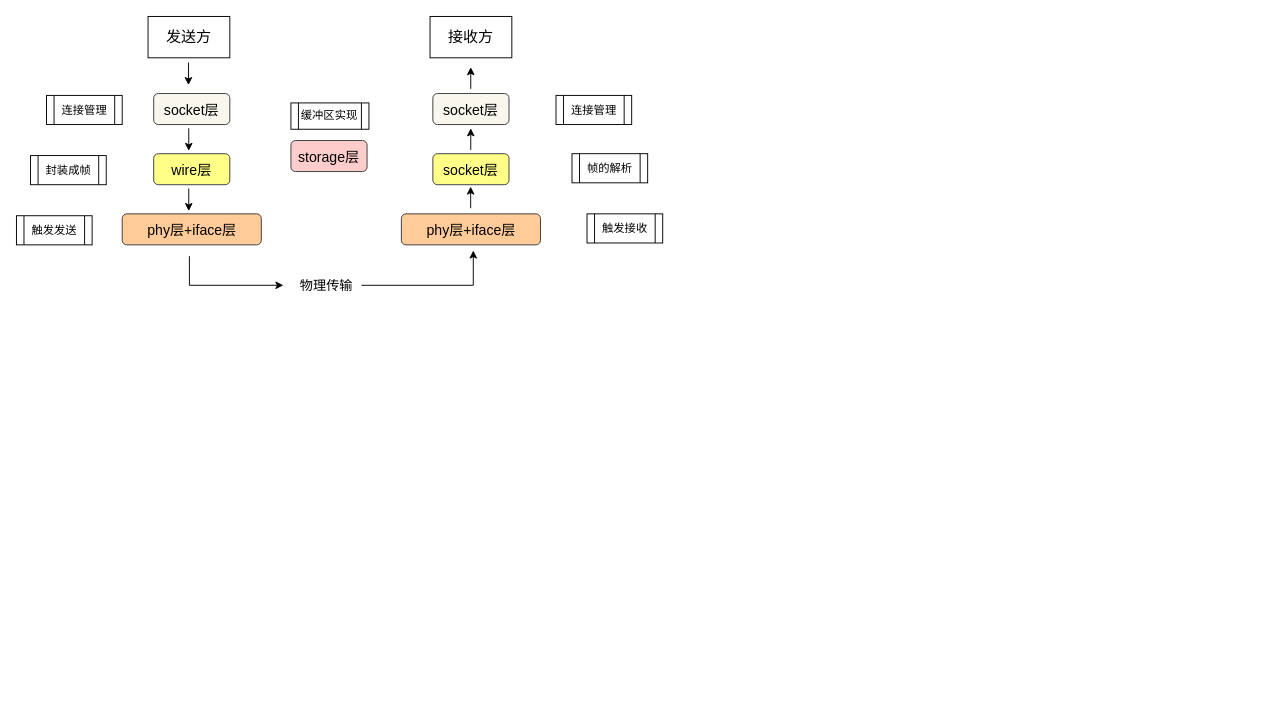
wyatt-dai/GraduationProject keeps this draw.io diagram as 未命名绘图.drawio. Above is the earlier version. Source tidied: cells renumbered, new cells numbered last; positions are measured from the earlier drawing's top-left corner, leaving out a move shared by most shapes. Both pictures are drawn from the tidied source at 94%, with x=0, y=0 at pixel (16, 16).
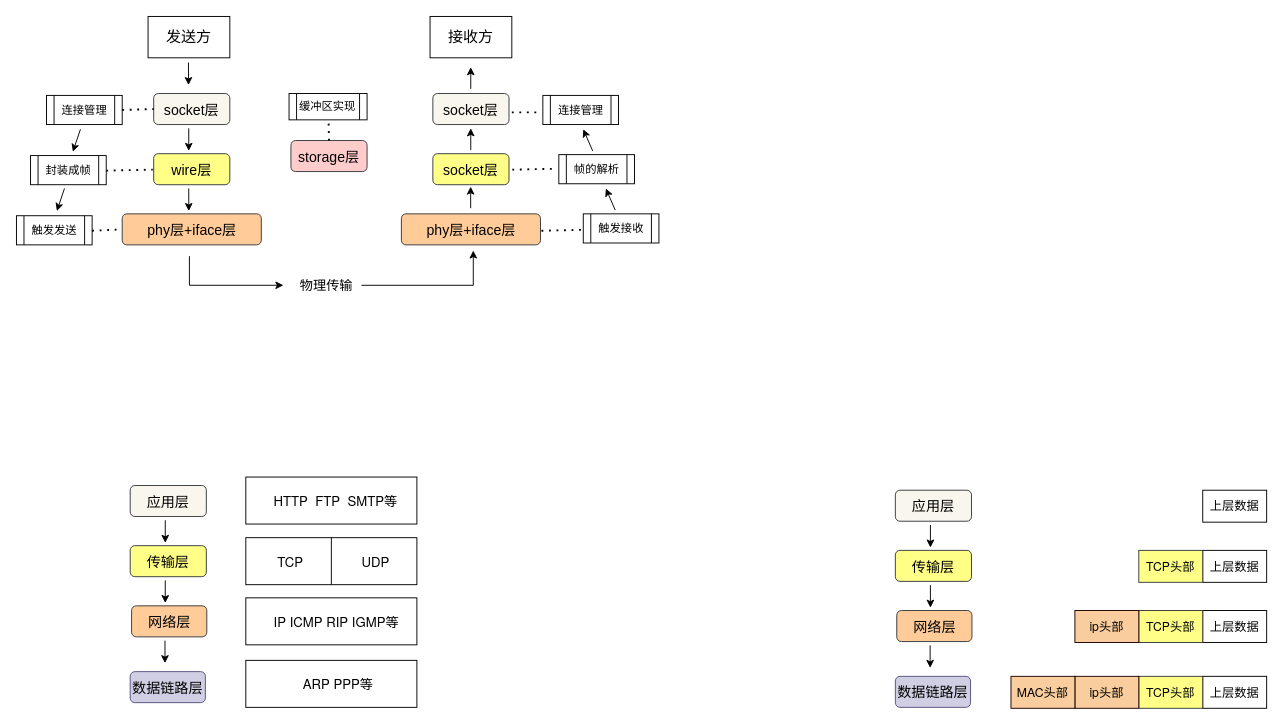
The same diagram, later.

Commit message:
更新未命名绘图.drawio

Unchanged cells that the change refers to:
```xml
<mxCell id="5" value="&lt;font style=&quot;font-size: 15px;&quot;&gt;socket层&lt;/font&gt;" style="rounded=1;whiteSpace=wrap;html=1;fillColor=#f9f7ed;strokeColor=#36393d;" parent="1" vertex="1">
  <mxGeometry x="146" y="82" width="81" height="33" as="geometry" />
</mxCell>
<mxCell id="7" value="&lt;font style=&quot;font-size: 15px;&quot;&gt;phy层+iface层&lt;/font&gt;" style="rounded=1;whiteSpace=wrap;html=1;fillColor=#ffcc99;strokeColor=#36393d;" parent="1" vertex="1">
  <mxGeometry x="112.5" y="210" width="148" height="33" as="geometry" />
</mxCell>
<mxCell id="19" value="&lt;span style=&quot;font-size: 15px;&quot;&gt;storage层&lt;/span&gt;" style="rounded=1;whiteSpace=wrap;html=1;fillColor=#ffcccc;strokeColor=#36393d;" parent="1" vertex="1">
  <mxGeometry x="292" y="132" width="81" height="33" as="geometry" />
</mxCell>
<mxCell id="20" value="连接管理" style="shape=process;whiteSpace=wrap;html=1;backgroundOutline=1;" parent="1" vertex="1">
  <mxGeometry x="32" y="84" width="80.5" height="31" as="geometry" />
</mxCell>
```

Diff of the diagram source:
```diff
@@
     <mxCell id="23" value="连接管理" style="shape=process;whiteSpace=wrap;html=1;backgroundOutline=1;" parent="1" vertex="1">
-      <mxGeometry x="574" y="84" width="80.5" height="31" as="geometry" />
+      <mxGeometry x="560" y="84" width="80.5" height="31" as="geometry" />
     </mxCell>
     <mxCell id="24" value="帧的解析" style="shape=process;whiteSpace=wrap;html=1;backgroundOutline=1;" parent="1" vertex="1">
-      <mxGeometry x="591" y="146" width="80.5" height="31" as="geometry" />
+      <mxGeometry x="577" y="147" width="80.5" height="31" as="geometry" />
     </mxCell>
     <mxCell id="25" value="触发接收" style="shape=process;whiteSpace=wrap;html=1;backgroundOutline=1;" parent="1" vertex="1">
-      <mxGeometry x="607" y="210" width="80.5" height="31" as="geometry" />
+      <mxGeometry x="603" y="210" width="80.5" height="31" as="geometry" />
     </mxCell>
     <mxCell id="26" value="缓冲区实现" style="shape=process;whiteSpace=wrap;html=1;backgroundOutline=1;" parent="1" vertex="1">
-      <mxGeometry x="292" y="92" width="83" height="28" as="geometry" />
+      <mxGeometry x="290" y="82" width="83" height="28" as="geometry" />
     </mxCell>
+    <mxCell id="27" value="&lt;font style=&quot;font-size: 15px;&quot;&gt;应用层&lt;/font&gt;" style="rounded=1;whiteSpace=wrap;html=1;fillColor=#f9f7ed;strokeColor=#36393d;" parent="1" vertex="1">
+      <mxGeometry x="121" y="499" width="81" height="33" as="geometry" />
+    </mxCell>
+    <mxCell id="28" value="&lt;font style=&quot;font-size: 15px;&quot;&gt;传输层&lt;/font&gt;" style="rounded=1;whiteSpace=wrap;html=1;fillColor=#ffff88;strokeColor=#36393d;" parent="1" vertex="1">
+      <mxGeometry x="121" y="563" width="81" height="33" as="geometry" />
+    </mxCell>
+    <mxCell id="29" value="&lt;span style=&quot;font-size: 15px;&quot;&gt;网络层&lt;/span&gt;" style="rounded=1;whiteSpace=wrap;html=1;fillColor=#ffcc99;strokeColor=#36393d;" parent="1" vertex="1">
+      <mxGeometry x="122.5" y="627" width="80" height="33" as="geometry" />
+    </mxCell>
+    <mxCell id="30" style="endArrow=classic;html=1;rounded=0;" parent="1" edge="1">
+      <mxGeometry relative="1" as="geometry">
+        <mxPoint x="158.3" y="536" as="sourcePoint" />
+        <mxPoint x="158.3" y="560" as="targetPoint" />
+      </mxGeometry>
+    </mxCell>
+    <mxCell id="31" style="endArrow=classic;html=1;rounded=0;" parent="1" edge="1">
+      <mxGeometry relative="1" as="geometry">
+        <mxPoint x="158.3" y="600" as="sourcePoint" />
+        <mxPoint x="158.3" y="624" as="targetPoint" />
+      </mxGeometry>
+    </mxCell>
+    <mxCell id="32" style="endArrow=classic;html=1;rounded=0;" parent="1" edge="1">
+      <mxGeometry relative="1" as="geometry">
+        <mxPoint x="68.1" y="120" as="sourcePoint" />
+        <mxPoint x="60" y="144" as="targetPoint" />
+      </mxGeometry>
+    </mxCell>
+    <mxCell id="33" style="endArrow=classic;html=1;rounded=0;" parent="1" edge="1">
+      <mxGeometry relative="1" as="geometry">
+        <mxPoint x="51.1" y="183" as="sourcePoint" />
+        <mxPoint x="43" y="207" as="targetPoint" />
+      </mxGeometry>
+    </mxCell>
+    <mxCell id="34" style="endArrow=none;dashed=1;html=1;dashPattern=1 3;strokeWidth=2;rounded=0;entryX=0;entryY=0.5;entryDx=0;entryDy=0;exitX=1;exitY=0.5;exitDx=0;exitDy=0;" parent="1" edge="1" source="20" target="5">
+      <mxGeometry relative="1" as="geometry" />
+    </mxCell>
+    <mxCell id="35" style="endArrow=none;dashed=1;html=1;dashPattern=1 3;strokeWidth=2;rounded=0;exitX=1;exitY=0.5;exitDx=0;exitDy=0;" parent="1" edge="1">
+      <mxGeometry relative="1" as="geometry">
+        <mxPoint x="95.5" y="164" as="sourcePoint" />
+        <mxPoint x="145" y="163" as="targetPoint" />
+      </mxGeometry>
+    </mxCell>
+    <mxCell id="36" style="endArrow=none;dashed=1;html=1;dashPattern=1 3;strokeWidth=2;rounded=0;exitX=1;exitY=0.5;exitDx=0;exitDy=0;entryX=0;entryY=0.5;entryDx=0;entryDy=0;" parent="1" edge="1" target="7">
+      <mxGeometry relative="1" as="geometry">
+        <mxPoint x="80.5" y="228" as="sourcePoint" />
+      </mxGeometry>
+    </mxCell>
+    <mxCell id="37" style="endArrow=none;dashed=1;html=1;dashPattern=1 3;strokeWidth=2;rounded=0;exitX=1;exitY=0.5;exitDx=0;exitDy=0;" parent="1" edge="1">
+      <mxGeometry relative="1" as="geometry">
+        <mxPoint x="527" y="102" as="sourcePoint" />
+        <mxPoint x="553" y="102" as="targetPoint" />
+      </mxGeometry>
+    </mxCell>
+    <mxCell id="38" style="endArrow=none;dashed=1;html=1;dashPattern=1 3;strokeWidth=2;rounded=0;exitX=1;exitY=0.5;exitDx=0;exitDy=0;" parent="1" edge="1">
+      <mxGeometry relative="1" as="geometry">
+        <mxPoint x="527.5" y="163" as="sourcePoint" />
+        <mxPoint x="574" y="162" as="targetPoint" />
+      </mxGeometry>
+    </mxCell>
+    <mxCell id="39" style="endArrow=none;dashed=1;html=1;dashPattern=1 3;strokeWidth=2;rounded=0;exitX=1;exitY=0.5;exitDx=0;exitDy=0;" parent="1" edge="1">
+      <mxGeometry relative="1" as="geometry">
+        <mxPoint x="558.5" y="228" as="sourcePoint" />
+        <mxPoint x="602" y="227" as="targetPoint" />
+      </mxGeometry>
+    </mxCell>
+    <mxCell id="40" style="endArrow=classic;html=1;rounded=0;" parent="1" edge="1">
+      <mxGeometry relative="1" as="geometry">
+        <mxPoint x="637" y="206" as="sourcePoint" />
+        <mxPoint x="627" y="183" as="targetPoint" />
+      </mxGeometry>
+    </mxCell>
+    <mxCell id="41" style="endArrow=classic;html=1;rounded=0;" parent="1" edge="1">
+      <mxGeometry relative="1" as="geometry">
+        <mxPoint x="613" y="143" as="sourcePoint" />
+        <mxPoint x="603" y="120" as="targetPoint" />
+      </mxGeometry>
+    </mxCell>
+    <mxCell id="42" style="endArrow=none;dashed=1;html=1;dashPattern=1 3;strokeWidth=2;rounded=0;exitX=0.5;exitY=0;exitDx=0;exitDy=0;" parent="1" edge="1" source="19">
+      <mxGeometry relative="1" as="geometry">
+        <mxPoint x="332" y="110" as="targetPoint" />
+      </mxGeometry>
+    </mxCell>
+    <mxCell id="43" style="endArrow=classic;html=1;rounded=0;" parent="1" edge="1">
+      <mxGeometry relative="1" as="geometry">
+        <mxPoint x="158" y="664" as="sourcePoint" />
+        <mxPoint x="158" y="688" as="targetPoint" />
+      </mxGeometry>
+    </mxCell>
+    <mxCell id="44" value="&lt;span style=&quot;font-size: 15px;&quot;&gt;数据链路层&lt;/span&gt;" style="rounded=1;whiteSpace=wrap;html=1;fillColor=#d0cee2;strokeColor=#56517e;" parent="1" vertex="1">
+      <mxGeometry x="121" y="697" width="80" height="33" as="geometry" />
+    </mxCell>
+    <mxCell id="45" value="&lt;div style=&quot;text-indent: 28px;&quot;&gt;&lt;span style=&quot;color: light-dark(rgb(0, 0, 0), rgb(255, 255, 255)); font-size: 14px; background-color: rgb(255, 255, 255);&quot;&gt;&lt;font face=&quot;Helvetica Neue, Helvetica, Arial, PingFang SC, Hiragino Sans GB, Microsoft YaHei, WenQuanYi Micro Hei, sans-serif&quot;&gt;HTTP&amp;nbsp; FTP&amp;nbsp; SMTP等&lt;/font&gt;&lt;/span&gt;&lt;/div&gt;" style="rounded=0;whiteSpace=wrap;html=1;align=left;" parent="1" vertex="1">
+      <mxGeometry x="244" y="490" width="182" height="50" as="geometry" />
+    </mxCell>
+    <mxCell id="46" value="&lt;div style=&quot;text-indent: 28px;&quot;&gt;&lt;span style=&quot;color: light-dark(rgb(0, 0, 0), rgb(255, 255, 255)); font-size: 14px; background-color: rgb(255, 255, 255);&quot;&gt;&lt;font face=&quot;Helvetica Neue, Helvetica, Arial, PingFang SC, Hiragino Sans GB, Microsoft YaHei, WenQuanYi Micro Hei, sans-serif&quot;&gt;&amp;nbsp;TCP&amp;nbsp; &amp;nbsp; &amp;nbsp; &amp;nbsp; &amp;nbsp; &amp;nbsp; &amp;nbsp; &amp;nbsp; UDP&lt;/font&gt;&lt;/span&gt;&lt;/div&gt;" style="rounded=0;whiteSpace=wrap;html=1;align=left;" parent="1" vertex="1">
+      <mxGeometry x="244" y="554.5" width="182" height="50" as="geometry" />
+    </mxCell>
+    <mxCell id="47" value="&lt;div style=&quot;text-indent: 28px;&quot;&gt;&lt;span style=&quot;color: light-dark(rgb(0, 0, 0), rgb(255, 255, 255)); font-size: 14px; background-color: rgb(255, 255, 255);&quot;&gt;&lt;font face=&quot;Helvetica Neue, Helvetica, Arial, PingFang SC, Hiragino Sans GB, Microsoft YaHei, WenQuanYi Micro Hei, sans-serif&quot;&gt;IP ICMP RIP IGMP等&lt;/font&gt;&lt;/span&gt;&lt;/div&gt;" style="rounded=0;whiteSpace=wrap;html=1;align=left;" parent="1" vertex="1">
+      <mxGeometry x="244" y="618.5" width="182" height="50" as="geometry" />
+    </mxCell>
+    <mxCell id="48" value="&lt;div style=&quot;text-indent: 28px;&quot;&gt;&lt;span style=&quot;color: light-dark(rgb(0, 0, 0), rgb(255, 255, 255)); font-size: 14px; background-color: rgb(255, 255, 255);&quot;&gt;&lt;font face=&quot;Helvetica Neue, Helvetica, Arial, PingFang SC, Hiragino Sans GB, Microsoft YaHei, WenQuanYi Micro Hei, sans-serif&quot;&gt;&amp;nbsp; &amp;nbsp; &amp;nbsp; &amp;nbsp; ARP PPP等&lt;/font&gt;&lt;/span&gt;&lt;/div&gt;" style="rounded=0;whiteSpace=wrap;html=1;align=left;" parent="1" vertex="1">
+      <mxGeometry x="244" y="685" width="182" height="50" as="geometry" />
+    </mxCell>
+    <mxCell id="49" style="endArrow=none;html=1;rounded=0;exitX=0.5;exitY=1;exitDx=0;exitDy=0;entryX=0.5;entryY=0;entryDx=0;entryDy=0;" parent="1" edge="1" source="46" target="46">
+      <mxGeometry relative="1" as="geometry" />
+    </mxCell>
+    <mxCell id="50" value="&lt;font style=&quot;font-size: 15px;&quot;&gt;应用层&lt;/font&gt;" style="rounded=1;whiteSpace=wrap;html=1;fillColor=#f9f7ed;strokeColor=#36393d;" parent="1" vertex="1">
+      <mxGeometry x="935" y="504" width="81" height="33" as="geometry" />
+    </mxCell>
+    <mxCell id="51" value="&lt;font style=&quot;font-size: 15px;&quot;&gt;传输层&lt;/font&gt;" style="rounded=1;whiteSpace=wrap;html=1;fillColor=#ffff88;strokeColor=#36393d;" parent="1" vertex="1">
+      <mxGeometry x="935" y="568" width="81" height="33" as="geometry" />
+    </mxCell>
+    <mxCell id="52" value="&lt;span style=&quot;font-size: 15px;&quot;&gt;网络层&lt;/span&gt;" style="rounded=1;whiteSpace=wrap;html=1;fillColor=#ffcc99;strokeColor=#36393d;" parent="1" vertex="1">
+      <mxGeometry x="936.5" y="632" width="80" height="33" as="geometry" />
+    </mxCell>
+    <mxCell id="53" style="endArrow=classic;html=1;rounded=0;" parent="1" edge="1">
+      <mxGeometry relative="1" as="geometry">
+        <mxPoint x="972.3" y="541" as="sourcePoint" />
+        <mxPoint x="972.3" y="565" as="targetPoint" />
+      </mxGeometry>
+    </mxCell>
+    <mxCell id="54" style="endArrow=classic;html=1;rounded=0;" parent="1" edge="1">
+      <mxGeometry relative="1" as="geometry">
+        <mxPoint x="972.3" y="605" as="sourcePoint" />
+        <mxPoint x="972.3" y="629" as="targetPoint" />
+      </mxGeometry>
+    </mxCell>
+    <mxCell id="55" style="endArrow=classic;html=1;rounded=0;" parent="1" edge="1">
+      <mxGeometry relative="1" as="geometry">
+        <mxPoint x="972" y="669" as="sourcePoint" />
+        <mxPoint x="972" y="693" as="targetPoint" />
+      </mxGeometry>
+    </mxCell>
+    <mxCell id="56" value="&lt;span style=&quot;font-size: 15px;&quot;&gt;数据链路层&lt;/span&gt;" style="rounded=1;whiteSpace=wrap;html=1;fillColor=#d0cee2;strokeColor=#56517e;" parent="1" vertex="1">
+      <mxGeometry x="935" y="702" width="80" height="33" as="geometry" />
+    </mxCell>
+    <mxCell id="57" value="&lt;font style=&quot;font-size: 13px;&quot; face=&quot;Helvetica Neue, Helvetica, Arial, PingFang SC, Hiragino Sans GB, Microsoft YaHei, WenQuanYi Micro Hei, sans-serif&quot;&gt;&lt;span style=&quot;background-color: rgb(255, 255, 255);&quot;&gt;上层数据&lt;/span&gt;&lt;/font&gt;" style="rounded=0;whiteSpace=wrap;html=1;align=center;" parent="1" vertex="1">
+      <mxGeometry x="1262" y="504" width="68" height="34" as="geometry" />
+    </mxCell>
+    <mxCell id="58" value="&lt;font style=&quot;font-size: 13px;&quot; face=&quot;Helvetica Neue, Helvetica, Arial, PingFang SC, Hiragino Sans GB, Microsoft YaHei, WenQuanYi Micro Hei, sans-serif&quot;&gt;&lt;span style=&quot;background-color: rgb(255, 255, 255);&quot;&gt;上层数据&lt;/span&gt;&lt;/font&gt;" style="rounded=0;whiteSpace=wrap;html=1;align=center;" parent="1" vertex="1">
+      <mxGeometry x="1262" y="568" width="68" height="34" as="geometry" />
+    </mxCell>
+    <mxCell id="59" value="&lt;font style=&quot;font-size: 13px;&quot; face=&quot;Helvetica Neue, Helvetica, Arial, PingFang SC, Hiragino Sans GB, Microsoft YaHei, WenQuanYi Micro Hei, sans-serif&quot;&gt;&lt;span style=&quot;background-color: rgb(255, 255, 255);&quot;&gt;上层数据&lt;/span&gt;&lt;/font&gt;" style="rounded=0;whiteSpace=wrap;html=1;align=center;" parent="1" vertex="1">
+      <mxGeometry x="1262" y="632" width="68" height="34" as="geometry" />
+    </mxCell>
+    <mxCell id="60" value="&lt;font face=&quot;Helvetica Neue, Helvetica, Arial, PingFang SC, Hiragino Sans GB, Microsoft YaHei, WenQuanYi Micro Hei, sans-serif&quot;&gt;&lt;span style=&quot;font-size: 13px;&quot;&gt;TCP头部&lt;/span&gt;&lt;/font&gt;" style="rounded=0;whiteSpace=wrap;html=1;align=center;fillColor=#ffff88;strokeColor=#36393d;" parent="1" vertex="1">
+      <mxGeometry x="1194" y="568" width="68" height="34" as="geometry" />
+    </mxCell>
+    <mxCell id="61" value="&lt;font face=&quot;Helvetica Neue, Helvetica, Arial, PingFang SC, Hiragino Sans GB, Microsoft YaHei, WenQuanYi Micro Hei, sans-serif&quot;&gt;&lt;span style=&quot;font-size: 13px;&quot;&gt;TCP头部&lt;/span&gt;&lt;/font&gt;" style="rounded=0;whiteSpace=wrap;html=1;align=center;fillColor=#ffff88;strokeColor=#36393d;" parent="1" vertex="1">
+      <mxGeometry x="1194" y="632" width="68" height="34" as="geometry" />
+    </mxCell>
+    <mxCell id="62" value="&lt;font face=&quot;Helvetica Neue, Helvetica, Arial, PingFang SC, Hiragino Sans GB, Microsoft YaHei, WenQuanYi Micro Hei, sans-serif&quot;&gt;&lt;span style=&quot;font-size: 13px;&quot;&gt;ip头部&lt;/span&gt;&lt;/font&gt;" style="rounded=0;whiteSpace=wrap;html=1;align=center;fillColor=light-dark(#f9cd9d, #36210a);strokeColor=light-dark(#190000, #996500);" parent="1" vertex="1">
+      <mxGeometry x="1126" y="632" width="68" height="34" as="geometry" />
+    </mxCell>
+    <mxCell id="63" value="&lt;font style=&quot;font-size: 13px;&quot; face=&quot;Helvetica Neue, Helvetica, Arial, PingFang SC, Hiragino Sans GB, Microsoft YaHei, WenQuanYi Micro Hei, sans-serif&quot;&gt;&lt;span style=&quot;background-color: rgb(255, 255, 255);&quot;&gt;上层数据&lt;/span&gt;&lt;/font&gt;" style="rounded=0;whiteSpace=wrap;html=1;align=center;" parent="1" vertex="1">
+      <mxGeometry x="1262" y="702" width="68" height="34" as="geometry" />
+    </mxCell>
+    <mxCell id="64" value="&lt;font face=&quot;Helvetica Neue, Helvetica, Arial, PingFang SC, Hiragino Sans GB, Microsoft YaHei, WenQuanYi Micro Hei, sans-serif&quot;&gt;&lt;span style=&quot;font-size: 13px;&quot;&gt;TCP头部&lt;/span&gt;&lt;/font&gt;" style="rounded=0;whiteSpace=wrap;html=1;align=center;fillColor=#ffff88;strokeColor=#36393d;" parent="1" vertex="1">
+      <mxGeometry x="1194" y="702" width="68" height="34" as="geometry" />
+    </mxCell>
+    <mxCell id="65" value="&lt;font face=&quot;Helvetica Neue, Helvetica, Arial, PingFang SC, Hiragino Sans GB, Microsoft YaHei, WenQuanYi Micro Hei, sans-serif&quot;&gt;&lt;span style=&quot;font-size: 13px;&quot;&gt;ip头部&lt;/span&gt;&lt;/font&gt;" style="rounded=0;whiteSpace=wrap;html=1;align=center;fillColor=light-dark(#f9cd9d, #36210a);strokeColor=light-dark(#190000, #996500);" parent="1" vertex="1">
+      <mxGeometry x="1126" y="702" width="68" height="34" as="geometry" />
+    </mxCell>
+    <mxCell id="66" value="&lt;font face=&quot;Helvetica Neue, Helvetica, Arial, PingFang SC, Hiragino Sans GB, Microsoft YaHei, WenQuanYi Micro Hei, sans-serif&quot;&gt;&lt;span style=&quot;font-size: 13px;&quot;&gt;MAC头部&lt;/span&gt;&lt;/font&gt;" style="rounded=0;whiteSpace=wrap;html=1;align=center;fillColor=light-dark(#f9cd9d, #36210a);strokeColor=light-dark(#190000, #996500);" parent="1" vertex="1">
+      <mxGeometry x="1058" y="702" width="68" height="34" as="geometry" />
+    </mxCell>
```
